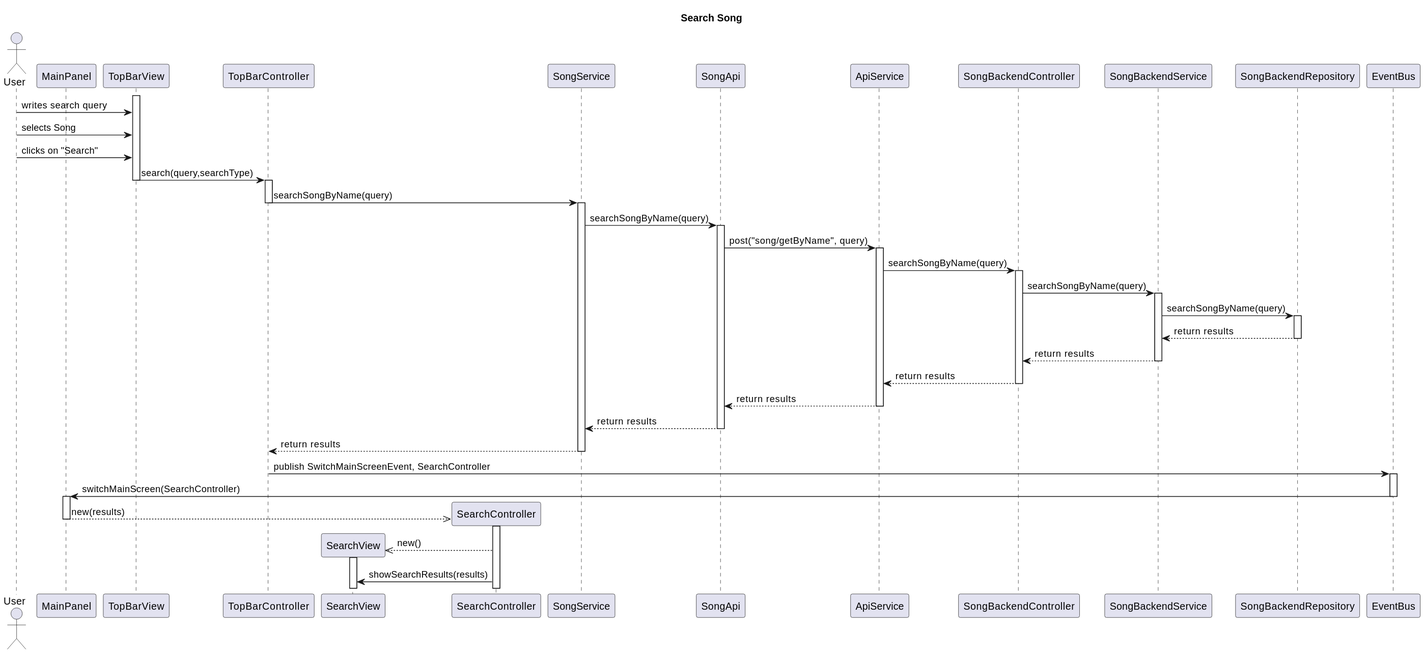
Before: Paradoteo_4/SequenceDiagrams-v0.3/SearchSong.svg, a diagram exported from PlantUML (RubenKingCP/Tunix).
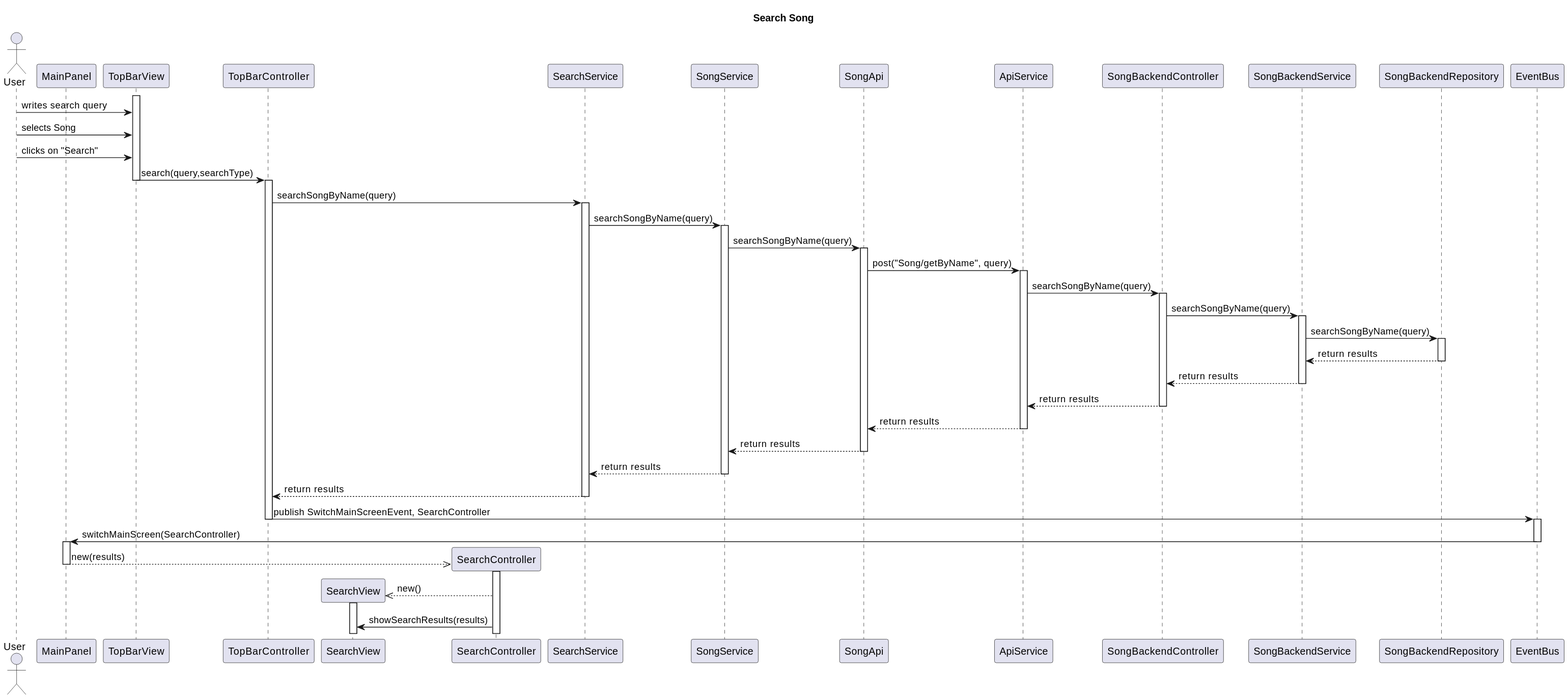
After the change.

The edit, as a diff of the source:
```diff
@@ -8,6 +8,7 @@
 participant TopBarController
 participant SearchView
 participant SearchController
+participant SearchService
 participant SongService
 participant SongApi
 participant ApiService
@@ -25,12 +26,13 @@
 TopBarView -> TopBarController : search(query,searchType)
 deactivate TopBarView
 activate TopBarController
-TopBarController -> SongService : searchSongByName(query)
-deactivate TopBarController
+TopBarController -> SearchService : searchSongByName(query)
+activate SearchService
+SearchService -> SongService : searchSongByName(query)
 activate SongService
 SongService -> SongApi : searchSongByName(query)
 activate SongApi
-SongApi -> ApiService : post("song/getByName", query)
+SongApi -> ApiService : post("Song/getByName", query)
 activate ApiService
 ApiService -> SongBackendController : searchSongByName(query)
 activate SongBackendController
@@ -48,9 +50,12 @@
 deactivate ApiService
 SongApi --> SongService : return results
 deactivate SongApi
-SongService --> TopBarController : return results
+SongService --> SearchService : return results
 deactivate SongService
+SearchService --> TopBarController : return results
+deactivate SearchService
 TopBarController -> EventBus : publish SwitchMainScreenEvent, SearchController
+deactivate TopBarController
 activate EventBus
 EventBus -> MainPanel : switchMainScreen(SearchController)
 deactivate EventBus
```
